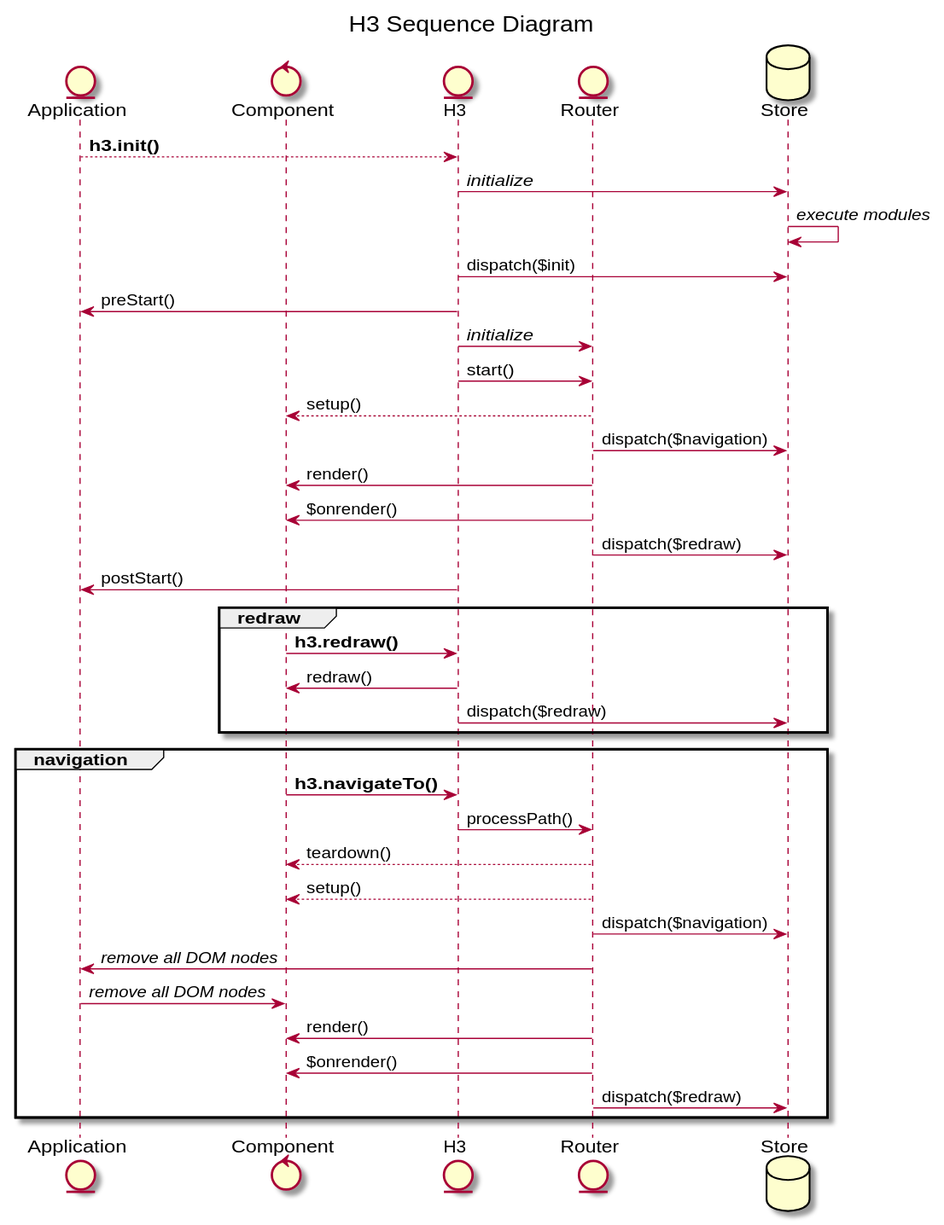
This is docs/images/h3.sequence.svg from h3rald/h3, a PlantUML export, as it was before one commit.
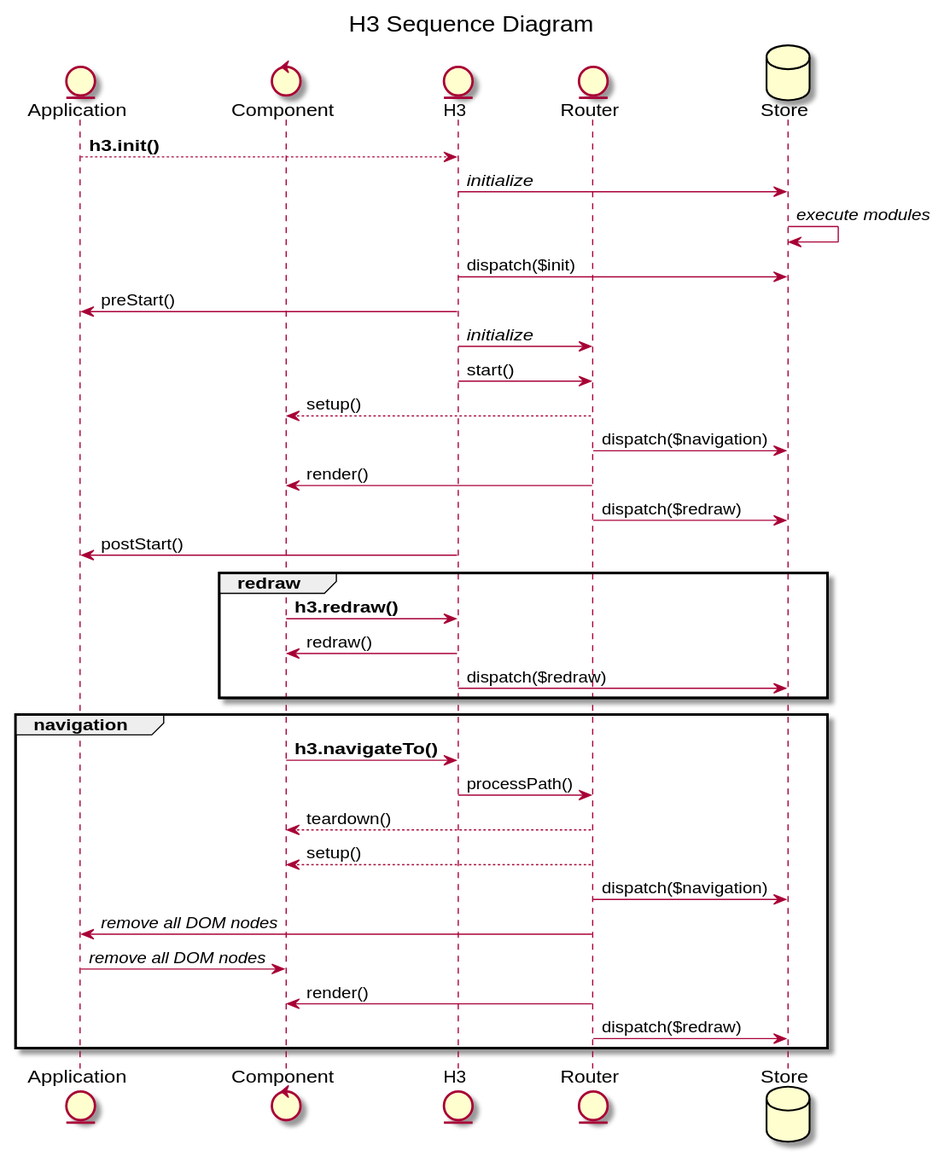
Later version of the same file.

The edit, as a diff of the source:
```diff
@@ -17,7 +17,6 @@
 Router --> Component : setup()
 Router -> Store: dispatch($navigation)
 Router -> Component : render()
-Router -> Component : $onrender()
 Router -> Store: dispatch($redraw)
 
 H3 -> Application : postStart()
@@ -37,7 +36,6 @@
     Router -> Application : //remove all DOM nodes//
     Application -> Component : //remove all DOM nodes//
     Router -> Component : render()
-    Router -> Component : $onrender()
     Router -> Store: dispatch($redraw)
 
 end
```
